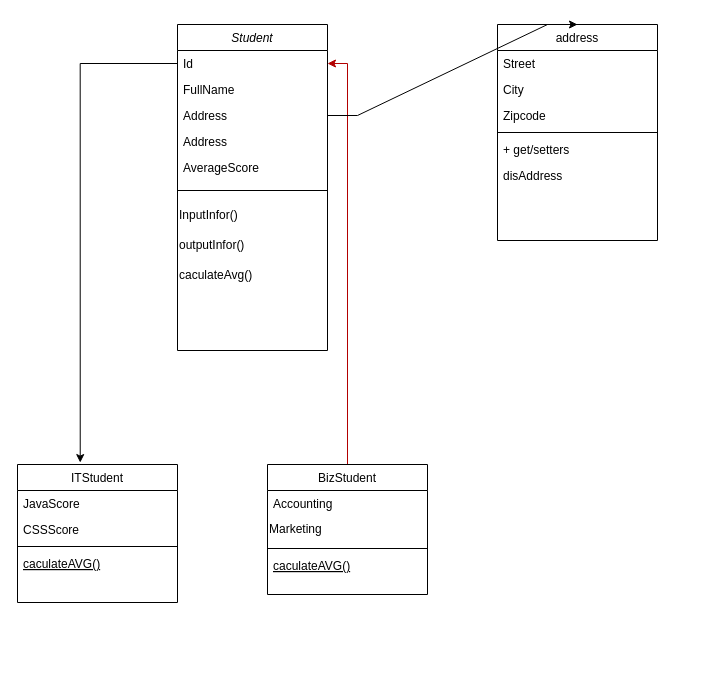
Above: Biểu đồ không có tiêu đề.drawio in davidbachngo/david (draw.io), before the change. Source tidied: cells renumbered, new cells numbered last; positions are measured from the earlier drawing's top-left corner, leaving out a move shared by most shapes. Both pictures are drawn from the tidied source at 100%, with x=0, y=0 at pixel (17, 24).
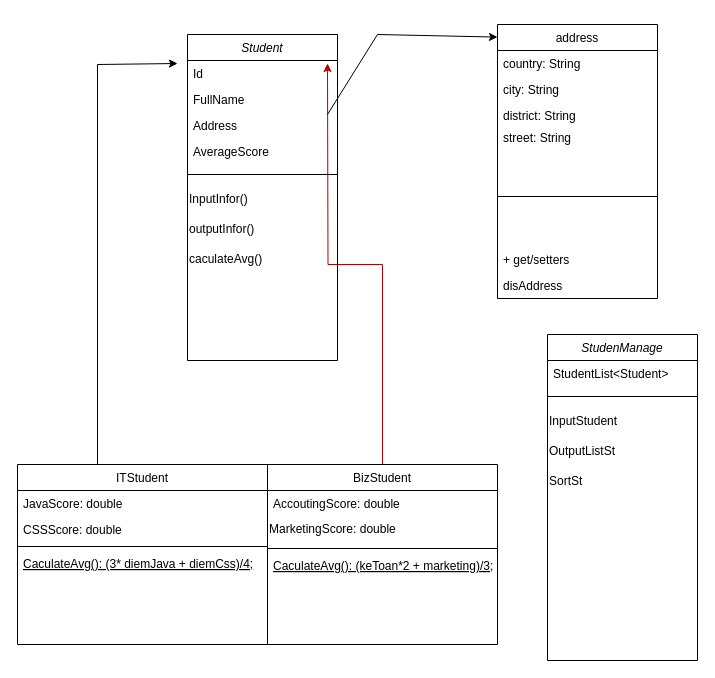
After the change.

Commit message (it also covers changes not shown here):
Cập nhật Biểu đồ không có tiêu đề.drawio

What changed in the source:
```diff
@@
-    <mxCell id="2" value="Student" style="swimlane;fontStyle=2;align=center;verticalAlign=top;horizontal=1;startSize=26;rounded=0;shadow=0;strokeWidth=1;" parent="1" vertex="1">
-      <mxGeometry x="160" width="150" height="326" as="geometry" />
-    </mxCell>
-    <mxCell id="3" value="Id" style="text;align=left;verticalAlign=top;spacingLeft=4;spacingRight=4;overflow=hidden;points=[[0,0.5],[1,0.5]];portConstraint=eastwest;" parent="2" vertex="1">
-      <mxGeometry y="26" width="150" height="26" as="geometry" />
-    </mxCell>
-    <mxCell id="4" value="FullName&#10;" style="text;align=left;verticalAlign=top;spacingLeft=4;spacingRight=4;overflow=hidden;rounded=0;shadow=0;html=0;" parent="2" vertex="1">
-      <mxGeometry y="52" width="150" height="26" as="geometry" />
-    </mxCell>
-    <mxCell id="5" value="Address" style="text;align=left;verticalAlign=top;spacingLeft=4;spacingRight=4;overflow=hidden;points=[[0,0.5],[1,0.5]];portConstraint=eastwest;rounded=0;shadow=0;html=0;" parent="2" vertex="1">
-      <mxGeometry y="78" width="150" height="26" as="geometry" />
-    </mxCell>
-    <mxCell id="6" value="Address" style="text;align=left;verticalAlign=top;spacingLeft=4;spacingRight=4;overflow=hidden;rounded=0;shadow=0;html=0;" parent="2" vertex="1">
-      <mxGeometry y="104" width="150" height="26" as="geometry" />
-    </mxCell>
-    <mxCell id="7" value="AverageScore" style="text;align=left;verticalAlign=top;spacingLeft=4;spacingRight=4;overflow=hidden;" parent="2" vertex="1">
-      <mxGeometry y="130" width="150" height="26" as="geometry" />
-    </mxCell>
-    <mxCell id="8" style="line;html=1;strokeWidth=1;align=left;verticalAlign=middle;spacingTop=-1;spacingLeft=3;spacingRight=3;labelPosition=right;" parent="2" vertex="1">
-      <mxGeometry y="156" width="150" height="20" as="geometry" />
-    </mxCell>
-    <mxCell id="9" value="InputInfor()" style="text;strokeColor=none;align=left;fillColor=none;html=1;verticalAlign=middle;whiteSpace=wrap;rounded=0;" parent="2" vertex="1">
-      <mxGeometry y="176" width="150" height="30" as="geometry" />
-    </mxCell>
-    <mxCell id="10" value="outputInfor()" style="text;strokeColor=none;align=left;fillColor=none;html=1;verticalAlign=middle;whiteSpace=wrap;rounded=0;" parent="2" vertex="1">
-      <mxGeometry y="206" width="150" height="30" as="geometry" />
-    </mxCell>
-    <mxCell id="11" value="caculateAvg()" style="text;strokeColor=none;align=left;fillColor=none;html=1;verticalAlign=middle;whiteSpace=wrap;rounded=0;" parent="2" vertex="1">
-      <mxGeometry y="236" width="150" height="30" as="geometry" />
-    </mxCell>
-    <mxCell id="12" value="&lt;p class=&quot;MsoNormal&quot;&gt;&lt;br&gt;&lt;/p&gt;" style="text;whiteSpace=wrap;html=1;" parent="2" vertex="1">
-      <mxGeometry y="266" width="150" height="60" as="geometry" />
-    </mxCell>
     <mxCell id="13" value="ITStudent" style="swimlane;fontStyle=0;align=center;verticalAlign=top;horizontal=1;startSize=26;rounded=0;shadow=0;strokeWidth=1;" parent="1" vertex="1">
-      <mxGeometry y="440" width="160" height="138" as="geometry" />
+      <mxGeometry y="440" width="250" height="180" as="geometry" />
     </mxCell>
-    <mxCell id="14" value="JavaScore" style="text;align=left;verticalAlign=top;spacingLeft=4;spacingRight=4;overflow=hidden;" parent="13" vertex="1">
-      <mxGeometry y="26" width="160" height="26" as="geometry" />
+    <mxCell id="14" value="JavaScore: double" style="text;align=left;verticalAlign=top;spacingLeft=4;spacingRight=4;overflow=hidden;" parent="13" vertex="1">
+      <mxGeometry y="26" width="250" height="26" as="geometry" />
     </mxCell>
-    <mxCell id="15" value="CSSScore" style="text;align=left;verticalAlign=top;spacingLeft=4;spacingRight=4;overflow=hidden;rounded=0;shadow=0;html=0;" parent="13" vertex="1">
-      <mxGeometry y="52" width="160" height="26" as="geometry" />
+    <mxCell id="15" value="CSSScore: double" style="text;align=left;verticalAlign=top;spacingLeft=4;spacingRight=4;overflow=hidden;rounded=0;shadow=0;html=0;" parent="13" vertex="1">
+      <mxGeometry y="52" width="250" height="26" as="geometry" />
     </mxCell>
     <mxCell id="16" style="line;html=1;strokeWidth=1;align=left;verticalAlign=middle;spacingTop=-1;spacingLeft=3;spacingRight=3;labelPosition=right;" parent="13" vertex="1">
-      <mxGeometry y="78" width="160" height="8" as="geometry" />
+      <mxGeometry y="78" width="250" height="8" as="geometry" />
     </mxCell>
-    <mxCell id="17" value="caculateAVG()" style="text;align=left;verticalAlign=top;spacingLeft=4;spacingRight=4;overflow=hidden;fontStyle=4;" parent="13" vertex="1">
-      <mxGeometry y="86" width="160" height="26" as="geometry" />
+    <mxCell id="17" value="CaculateAvg(): (3* diemJava + diemCss)/4;" style="text;align=left;verticalAlign=top;spacingLeft=4;spacingRight=4;overflow=hidden;fontStyle=4;" parent="13" vertex="1">
+      <mxGeometry y="86" width="250" height="26" as="geometry" />
     </mxCell>
-    <mxCell id="18" style="edgeStyle=orthogonalEdgeStyle;rounded=0;jettySize=auto;html=1;exitX=0.5;exitY=0;exitDx=0;exitDy=0;entryX=1;entryY=0.5;entryDx=0;entryDy=0;fillColor=#e51400;strokeColor=#B20000;" parent="1" edge="1" source="19" target="3">
-      <mxGeometry relative="1" as="geometry" />
+    <mxCell id="18" style="edgeStyle=orthogonalEdgeStyle;rounded=0;jettySize=auto;html=1;exitX=0.5;exitY=0;exitDx=0;exitDy=0;entryX=1;entryY=0.5;entryDx=0;entryDy=0;fillColor=#e51400;strokeColor=#B20000;" parent="1" edge="1" source="19">
+      <mxGeometry relative="1" as="geometry">
+        <mxPoint x="310" y="39" as="targetPoint" />
+      </mxGeometry>
     </mxCell>
     <mxCell id="19" value="BizStudent" style="swimlane;fontStyle=0;align=center;verticalAlign=top;horizontal=1;startSize=26;rounded=0;shadow=0;strokeWidth=1;" parent="1" vertex="1">
-      <mxGeometry x="250" y="440" width="160" height="130" as="geometry" />
+      <mxGeometry x="250" y="440" width="230" height="180" as="geometry" />
     </mxCell>
-    <mxCell id="20" value="Accounting" style="text;align=left;verticalAlign=top;spacingLeft=4;spacingRight=4;overflow=hidden;" parent="19" vertex="1">
-      <mxGeometry y="26" width="160" height="24" as="geometry" />
+    <mxCell id="20" value="AccoutingScore: double" style="text;align=left;verticalAlign=top;spacingLeft=4;spacingRight=4;overflow=hidden;" parent="19" vertex="1">
+      <mxGeometry y="26" width="230" height="24" as="geometry" />
     </mxCell>
-    <mxCell id="21" value="Marketing" style="text;strokeColor=none;align=left;fillColor=none;html=1;verticalAlign=middle;whiteSpace=wrap;rounded=0;" parent="19" vertex="1">
-      <mxGeometry y="50" width="160" height="30" as="geometry" />
+    <mxCell id="21" value="MarketingScore: double" style="text;strokeColor=none;align=left;fillColor=none;html=1;verticalAlign=middle;whiteSpace=wrap;rounded=0;" parent="19" vertex="1">
+      <mxGeometry y="50" width="230" height="30" as="geometry" />
     </mxCell>
     <mxCell id="22" style="line;html=1;strokeWidth=1;align=left;verticalAlign=middle;spacingTop=-1;spacingLeft=3;spacingRight=3;labelPosition=right;" parent="19" vertex="1">
-      <mxGeometry y="80" width="160" height="8" as="geometry" />
+      <mxGeometry y="80" width="230" height="8" as="geometry" />
     </mxCell>
-    <mxCell id="23" value="caculateAVG()" style="text;align=left;verticalAlign=top;spacingLeft=4;spacingRight=4;overflow=hidden;fontStyle=4;" parent="19" vertex="1">
-      <mxGeometry y="88" width="160" height="26" as="geometry" />
+    <mxCell id="23" value="CaculateAvg(): (keToan*2 + marketing)/3;" style="text;align=left;verticalAlign=top;spacingLeft=4;spacingRight=4;overflow=hidden;fontStyle=4;" parent="19" vertex="1">
+      <mxGeometry y="88" width="230" height="26" as="geometry" />
     </mxCell>
     <mxCell id="24" value="address" style="swimlane;fontStyle=0;align=center;verticalAlign=top;horizontal=1;startSize=26;rounded=0;shadow=0;strokeWidth=1;" parent="1" vertex="1">
-      <mxGeometry x="480" width="160" height="216" as="geometry" />
+      <mxGeometry x="480" width="160" height="274" as="geometry" />
     </mxCell>
-    <mxCell id="25" value="Street" style="text;align=left;verticalAlign=top;spacingLeft=4;spacingRight=4;overflow=hidden;" parent="24" vertex="1">
+    <mxCell id="25" value="country: String" style="text;align=left;verticalAlign=top;spacingLeft=4;spacingRight=4;overflow=hidden;" parent="24" vertex="1">
       <mxGeometry y="26" width="160" height="26" as="geometry" />
     </mxCell>
-    <mxCell id="26" value="City" style="text;align=left;verticalAlign=top;spacingLeft=4;spacingRight=4;overflow=hidden;rounded=0;shadow=0;html=0;" parent="24" vertex="1">
+    <mxCell id="26" value="city: String" style="text;align=left;verticalAlign=top;spacingLeft=4;spacingRight=4;overflow=hidden;rounded=0;shadow=0;html=0;" parent="24" vertex="1">
       <mxGeometry y="52" width="160" height="26" as="geometry" />
     </mxCell>
-    <mxCell id="27" value="Zipcode" style="text;align=left;verticalAlign=top;spacingLeft=4;spacingRight=4;overflow=hidden;rounded=0;shadow=0;html=0;" parent="24" vertex="1">
-      <mxGeometry y="78" width="160" height="26" as="geometry" />
+    <mxCell id="27" value="district: String" style="text;align=left;verticalAlign=top;spacingLeft=4;spacingRight=4;overflow=hidden;rounded=0;shadow=0;html=0;" parent="24" vertex="1">
+      <mxGeometry y="78" width="160" height="22" as="geometry" />
     </mxCell>
+    <mxCell id="33" value="street: String" style="text;align=left;verticalAlign=top;spacingLeft=4;spacingRight=4;overflow=hidden;rounded=0;shadow=0;html=0;" parent="24" vertex="1">
+      <mxGeometry y="100" width="160" height="22" as="geometry" />
+    </mxCell>
     <mxCell id="28" style="line;html=1;strokeWidth=1;align=left;verticalAlign=middle;spacingTop=-1;spacingLeft=3;spacingRight=3;labelPosition=right;" parent="24" vertex="1">
-      <mxGeometry y="104" width="160" height="8" as="geometry" />
+      <mxGeometry y="122" width="160" height="100" as="geometry" />
     </mxCell>
     <mxCell id="29" value="+ get/setters" style="text;align=left;verticalAlign=top;spacingLeft=4;spacingRight=4;overflow=hidden;" parent="24" vertex="1">
-      <mxGeometry y="112" width="160" height="26" as="geometry" />
+      <mxGeometry y="222" width="160" height="26" as="geometry" />
     </mxCell>
     <mxCell id="30" value="disAddress" style="text;align=left;verticalAlign=top;spacingLeft=4;spacingRight=4;overflow=hidden;" parent="24" vertex="1">
-      <mxGeometry y="138" width="160" height="26" as="geometry" />
+      <mxGeometry y="248" width="160" height="26" as="geometry" />
     </mxCell>
-    <mxCell id="31" style="edgeStyle=orthogonalEdgeStyle;rounded=0;jettySize=auto;html=1;exitX=0;exitY=0.5;exitDx=0;exitDy=0;entryX=0.392;entryY=-0.014;entryDx=0;entryDy=0;entryPerimeter=0;" parent="1" edge="1" source="3" target="13">
-      <mxGeometry relative="1" as="geometry">
-        <Array as="points">
-          <mxPoint x="63" y="39" />
-        </Array>
-      </mxGeometry>
-    </mxCell>
-    <mxCell id="32" style="edgeStyle=entityRelationEdgeStyle;rounded=0;jettySize=auto;html=1;entryX=0.5;entryY=0;entryDx=0;entryDy=0;" parent="1" edge="1" source="5" target="24">
-      <mxGeometry relative="1" as="geometry" />
-    </mxCell>
+    <mxCell id="34" style="endArrow=none;html=1;rounded=0;" parent="1" edge="1">
+      <mxGeometry relative="1" as="geometry">
+        <mxPoint x="80" y="440" as="sourcePoint" />
+        <mxPoint x="80" y="40" as="targetPoint" />
+      </mxGeometry>
+    </mxCell>
+    <mxCell id="35" style="endArrow=classic;html=1;rounded=0;entryX=0;entryY=0.5;entryDx=0;entryDy=0;" parent="1" edge="1">
+      <mxGeometry relative="1" as="geometry">
+        <mxPoint x="80" y="40" as="sourcePoint" />
+        <mxPoint x="160" y="39" as="targetPoint" />
+      </mxGeometry>
+    </mxCell>
+    <mxCell id="36" style="endArrow=classic;html=1;rounded=0;entryX=0;entryY=0.046;entryDx=0;entryDy=0;entryPerimeter=0;" parent="1" edge="1" target="24">
+      <mxGeometry relative="1" as="geometry">
+        <mxPoint x="310" y="90" as="sourcePoint" />
+        <Array as="points">
+          <mxPoint x="360" y="10" />
+        </Array>
+      </mxGeometry>
+    </mxCell>
+    <mxCell id="2" value="Student" style="swimlane;fontStyle=2;align=center;verticalAlign=top;horizontal=1;startSize=26;rounded=0;shadow=0;strokeWidth=1;" parent="1" vertex="1">
+      <mxGeometry x="170" y="10" width="150" height="326" as="geometry" />
+    </mxCell>
+    <mxCell id="3" value="Id" style="text;align=left;verticalAlign=top;spacingLeft=4;spacingRight=4;overflow=hidden;points=[[0,0.5],[1,0.5]];portConstraint=eastwest;" parent="2" vertex="1">
+      <mxGeometry y="26" width="150" height="26" as="geometry" />
+    </mxCell>
+    <mxCell id="4" value="FullName&#10;" style="text;align=left;verticalAlign=top;spacingLeft=4;spacingRight=4;overflow=hidden;rounded=0;shadow=0;html=0;" parent="2" vertex="1">
+      <mxGeometry y="52" width="150" height="26" as="geometry" />
+    </mxCell>
+    <mxCell id="5" value="Address" style="text;align=left;verticalAlign=top;spacingLeft=4;spacingRight=4;overflow=hidden;points=[[0,0.5],[1,0.5]];portConstraint=eastwest;rounded=0;shadow=0;html=0;" parent="2" vertex="1">
+      <mxGeometry y="78" width="150" height="26" as="geometry" />
+    </mxCell>
+    <mxCell id="7" value="AverageScore" style="text;align=left;verticalAlign=top;spacingLeft=4;spacingRight=4;overflow=hidden;" parent="2" vertex="1">
+      <mxGeometry y="104" width="150" height="26" as="geometry" />
+    </mxCell>
+    <mxCell id="37" style="line;html=1;strokeWidth=1;align=left;verticalAlign=middle;spacingTop=-1;spacingLeft=3;spacingRight=3;labelPosition=right;" parent="2" vertex="1">
+      <mxGeometry y="130" width="150" height="20" as="geometry" />
+    </mxCell>
+    <mxCell id="9" value="InputInfor()" style="text;strokeColor=none;align=left;fillColor=none;html=1;verticalAlign=middle;whiteSpace=wrap;rounded=0;" parent="2" vertex="1">
+      <mxGeometry y="150" width="150" height="30" as="geometry" />
+    </mxCell>
+    <mxCell id="10" value="outputInfor()" style="text;strokeColor=none;align=left;fillColor=none;html=1;verticalAlign=middle;whiteSpace=wrap;rounded=0;" parent="2" vertex="1">
+      <mxGeometry y="180" width="150" height="30" as="geometry" />
+    </mxCell>
+    <mxCell id="11" value="caculateAvg()" style="text;strokeColor=none;align=left;fillColor=none;html=1;verticalAlign=middle;whiteSpace=wrap;rounded=0;" parent="2" vertex="1">
+      <mxGeometry y="210" width="150" height="30" as="geometry" />
+    </mxCell>
+    <mxCell id="38" value="&lt;p class=&quot;MsoNormal&quot;&gt;&lt;br&gt;&lt;/p&gt;" style="text;whiteSpace=wrap;html=1;" parent="1" vertex="1">
+      <mxGeometry x="510" y="370" width="150" height="60" as="geometry" />
+    </mxCell>
+    <mxCell id="39" value="StudenManage" style="swimlane;fontStyle=2;align=center;verticalAlign=top;horizontal=1;startSize=26;rounded=0;shadow=0;strokeWidth=1;" parent="1" vertex="1">
+      <mxGeometry x="530" y="310" width="150" height="326" as="geometry" />
+    </mxCell>
+    <mxCell id="40" value="StudentList&lt;Student&gt;" style="text;align=left;verticalAlign=top;spacingLeft=4;spacingRight=4;overflow=hidden;" parent="39" vertex="1">
+      <mxGeometry y="26" width="150" height="26" as="geometry" />
+    </mxCell>
+    <mxCell id="41" style="line;html=1;strokeWidth=1;align=left;verticalAlign=middle;spacingTop=-1;spacingLeft=3;spacingRight=3;labelPosition=right;" parent="39" vertex="1">
+      <mxGeometry y="52" width="150" height="20" as="geometry" />
+    </mxCell>
+    <mxCell id="42" value="InputStudent" style="text;strokeColor=none;align=left;fillColor=none;html=1;verticalAlign=middle;whiteSpace=wrap;rounded=0;" parent="39" vertex="1">
+      <mxGeometry y="72" width="150" height="30" as="geometry" />
+    </mxCell>
+    <mxCell id="43" value="OutputListSt" style="text;strokeColor=none;align=left;fillColor=none;html=1;verticalAlign=middle;whiteSpace=wrap;rounded=0;" parent="39" vertex="1">
+      <mxGeometry y="102" width="150" height="30" as="geometry" />
+    </mxCell>
+    <mxCell id="44" value="SortSt" style="text;strokeColor=none;align=left;fillColor=none;html=1;verticalAlign=middle;whiteSpace=wrap;rounded=0;" parent="39" vertex="1">
+      <mxGeometry y="132" width="150" height="30" as="geometry" />
+    </mxCell>
+    <mxCell id="45" value="&lt;p class=&quot;MsoNormal&quot;&gt;&lt;br&gt;&lt;/p&gt;" style="text;whiteSpace=wrap;html=1;" parent="39" vertex="1">
+      <mxGeometry y="162" width="150" height="60" as="geometry" />
+    </mxCell>
```
